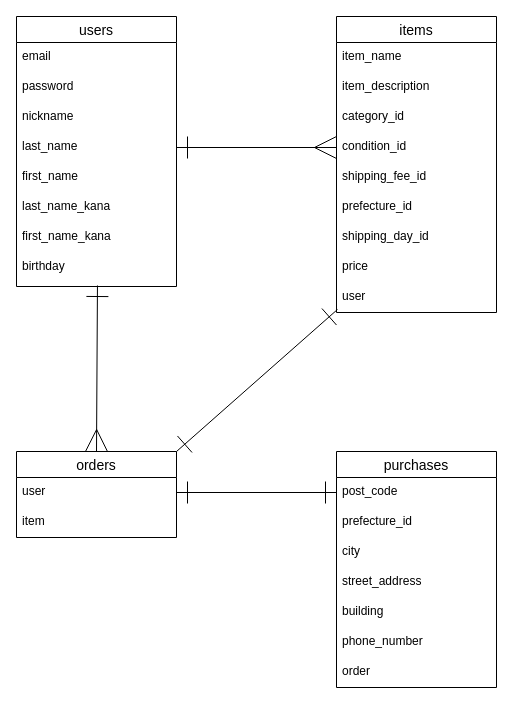
This is furima-41554.dio from youri0416/furima-41554, a draw.io file, before an edit. Source tidied: cells renumbered, new cells numbered last; positions are measured from the earlier drawing's top-left corner, leaving out a move shared by most shapes. Both pictures are drawn from the tidied source at 100%, with x=0, y=0 at pixel (16, 16).
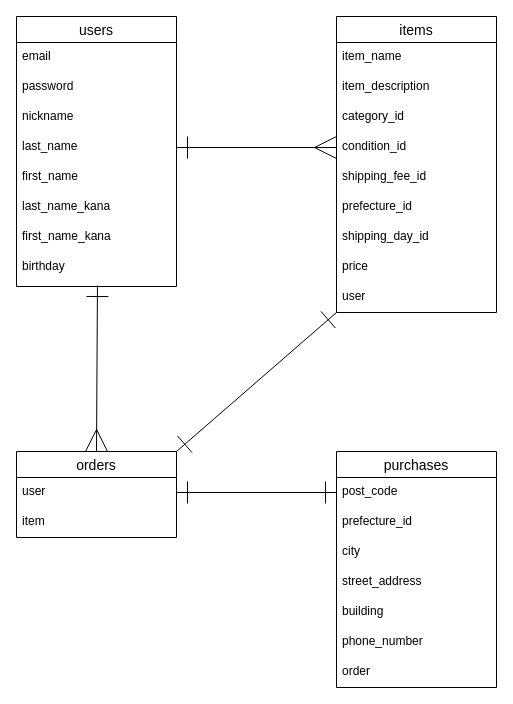
Above is the later version.

Unchanged cells that the change refers to:
```xml
<mxCell id="11" value="items" style="swimlane;fontStyle=0;horizontal=1;startSize=26;align=center;fontSize=14;" parent="1" vertex="1">
  <mxGeometry x="320" width="160" height="296" as="geometry" />
</mxCell>
<mxCell id="20" value="user" style="text;strokeColor=none;fillColor=none;spacingLeft=4;spacingRight=4;overflow=hidden;points=[[0,0.5],[1,0.5]];portConstraint=eastwest;fontSize=12;" parent="11" vertex="1">
  <mxGeometry y="266" width="160" height="30" as="geometry" />
</mxCell>
<mxCell id="21" value="orders" style="swimlane;fontStyle=0;horizontal=1;startSize=26;align=center;fontSize=14;" parent="1" vertex="1">
  <mxGeometry y="435" width="160" height="86" as="geometry" />
</mxCell>
```

Change to the diagram source:
```diff
@@
-    <mxCell id="34" style="edgeStyle=none;html=1;entryX=1;entryY=0;entryDx=0;entryDy=0;startArrow=ERone;startFill=0;endArrow=ERone;endFill=0;startSize=20;endSize=20;exitX=0.006;exitY=0.9;exitDx=0;exitDy=0;exitPerimeter=0;" parent="1" edge="1" source="20" target="21">
+    <mxCell id="34" style="edgeStyle=none;html=1;entryX=1;entryY=0;entryDx=0;entryDy=0;startArrow=ERone;startFill=0;endArrow=ERone;endFill=0;startSize=20;endSize=20;exitX=0;exitY=1;exitDx=0;exitDy=0;" parent="1" edge="1" source="11" target="21">
       <mxGeometry relative="1" as="geometry" />
     </mxCell>
```
